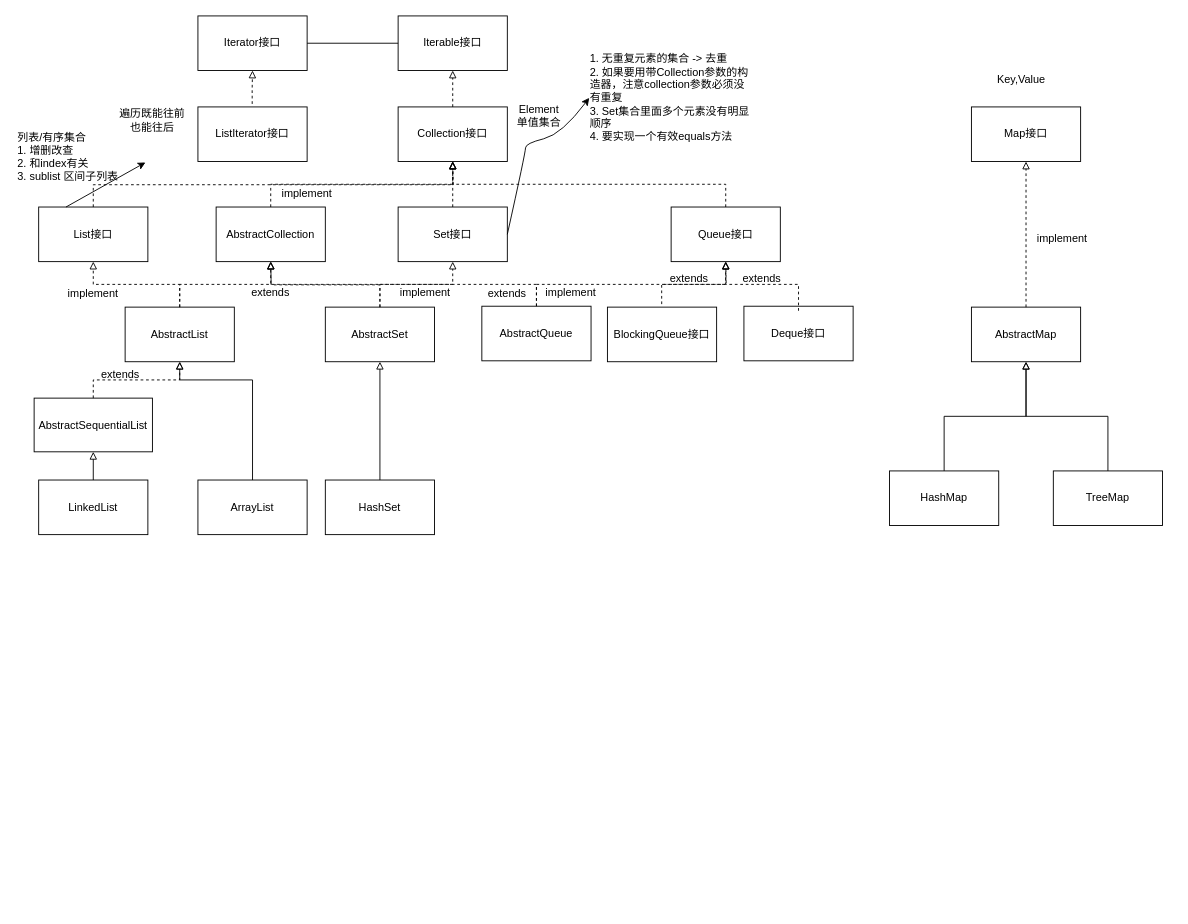
This is collections.drawio from zhangge208/LearningJava, a draw.io file, before an edit. Source tidied: cells renumbered, new cells numbered last; positions are measured from the earlier drawing's top-left corner, leaving out a move shared by most shapes. Both pictures are drawn from the tidied source at 91%, with x=0, y=0 at pixel (15, 15).
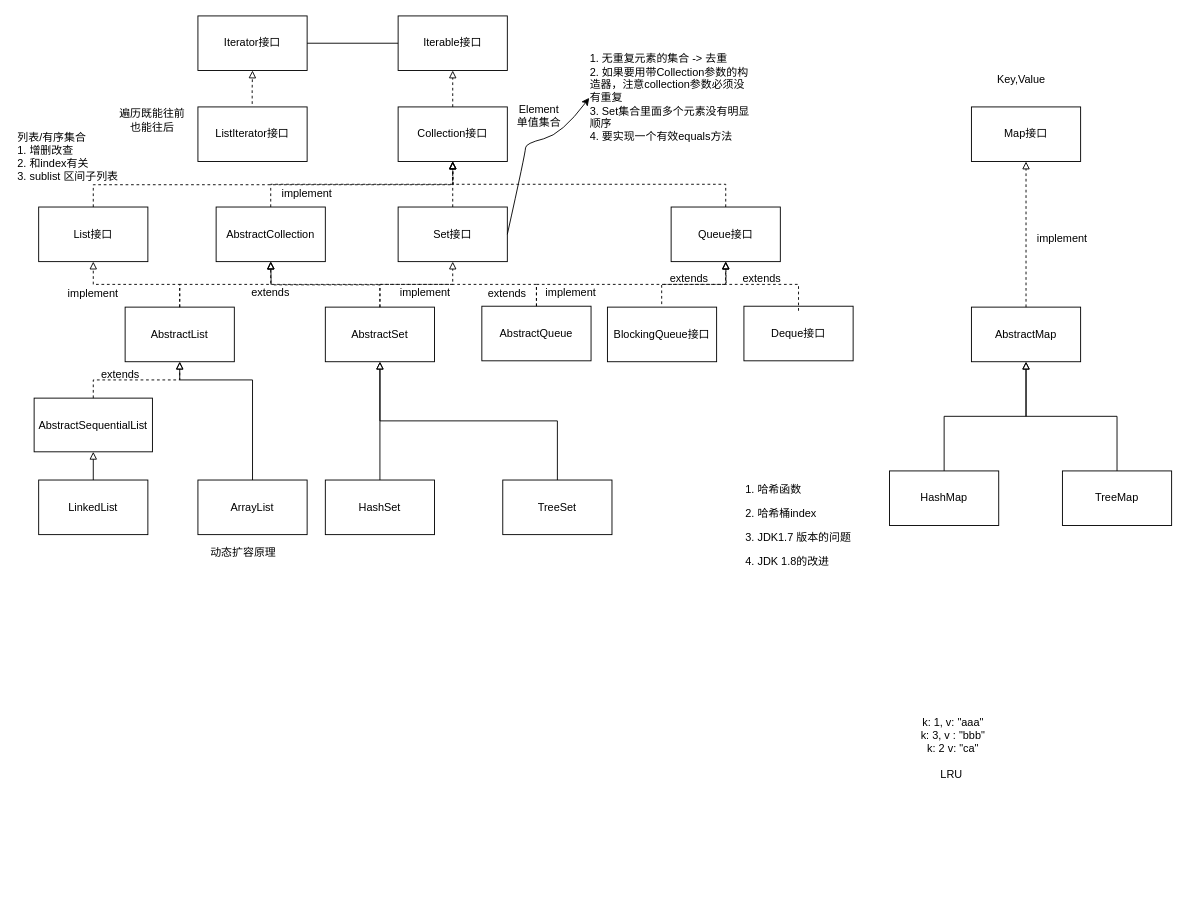
The same page after the edit.

The change refers to these unchanged cells:
```xml
<mxCell id="7" value="List接口" style="rounded=0;whiteSpace=wrap;html=1;" parent="1" vertex="1">
  <mxGeometry x="25" y="210" width="120" height="60" as="geometry" />
</mxCell>
<mxCell id="20" value="列表/有序集合&lt;br&gt;1. 增删改查&lt;br&gt;2. 和index有关&lt;br&gt;3. sublist 区间子列表" style="text;html=1;strokeColor=none;fillColor=none;align=left;verticalAlign=middle;whiteSpace=wrap;rounded=0;" parent="1" vertex="1">
  <mxGeometry y="130" width="140" height="50" as="geometry" />
</mxCell>
<mxCell id="46" value="AbstractSet" style="rounded=0;whiteSpace=wrap;html=1;" parent="1" vertex="1">
  <mxGeometry x="340" y="320" width="120" height="60" as="geometry" />
</mxCell>
```

What changed in the source:
```diff
@@
-    <mxCell id="34" style="endArrow=classic;html=1;rounded=0;fontFamily=Helvetica;fontSize=12;elbow=vertical;entryX=1.017;entryY=0.62;entryDx=0;entryDy=0;entryPerimeter=0;exitX=0.25;exitY=0;exitDx=0;exitDy=0;" parent="1" edge="1" source="7" target="20">
-      <mxGeometry relative="1" as="geometry" />
-    </mxCell>
@@
     <mxCell id="60" value="TreeMap" style="rounded=0;whiteSpace=wrap;html=1;" parent="1" vertex="1">
-      <mxGeometry x="1140" y="500" width="120" height="60" as="geometry" />
+      <mxGeometry x="1150" y="500" width="120" height="60" as="geometry" />
     </mxCell>
@@
+    <mxCell id="62" value="&lt;p style=&quot;text-align: left;&quot;&gt;动态扩容原理&lt;/p&gt;" style="text;html=1;strokeColor=none;fillColor=none;align=center;verticalAlign=middle;whiteSpace=wrap;rounded=0;" parent="1" vertex="1">
+      <mxGeometry x="180" y="570" width="140" height="40" as="geometry" />
+    </mxCell>
+    <mxCell id="63" value="&lt;p style=&quot;text-align: left;&quot;&gt;1. 哈希函数&lt;/p&gt;&lt;p style=&quot;text-align: left;&quot;&gt;&lt;span style=&quot;background-color: initial;&quot;&gt;2. 哈希桶index&lt;/span&gt;&lt;/p&gt;&lt;p style=&quot;text-align: left;&quot;&gt;&lt;span style=&quot;background-color: initial;&quot;&gt;3. JDK1.7 版本的问题&lt;/span&gt;&lt;/p&gt;&lt;p style=&quot;text-align: left;&quot;&gt;&lt;span style=&quot;background-color: initial;&quot;&gt;4. JDK 1.8的改进&lt;/span&gt;&lt;/p&gt;" style="text;html=1;strokeColor=none;fillColor=none;align=center;verticalAlign=middle;whiteSpace=wrap;rounded=0;" parent="1" vertex="1">
+      <mxGeometry x="775" y="500" width="170" height="120" as="geometry" />
+    </mxCell>
+    <mxCell id="64" value="k: 1, v: &quot;aaa&quot;&lt;br&gt;k: 3, v : &quot;bbb&quot;&lt;br&gt;k: 2 v: &quot;ca&quot;&lt;br&gt;&lt;br&gt;LRU&amp;nbsp;" style="text;html=1;strokeColor=none;fillColor=none;align=center;verticalAlign=middle;whiteSpace=wrap;rounded=0;" parent="1" vertex="1">
+      <mxGeometry x="850" y="630" width="360" height="350" as="geometry" />
+    </mxCell>
+    <mxCell id="65" value="TreeSet" style="rounded=0;whiteSpace=wrap;html=1;" parent="1" vertex="1">
+      <mxGeometry x="535" y="510" width="120" height="60" as="geometry" />
+    </mxCell>
+    <mxCell id="66" style="endArrow=block;endFill=0;shadow=0;strokeWidth=1;rounded=0;edgeStyle=orthogonalEdgeStyle;elbow=vertical;exitX=0.5;exitY=0;exitDx=0;exitDy=0;entryX=0.5;entryY=1;entryDx=0;entryDy=0;" parent="1" edge="1" source="65" target="46">
+      <mxGeometry relative="1" as="geometry" />
+    </mxCell>
```
